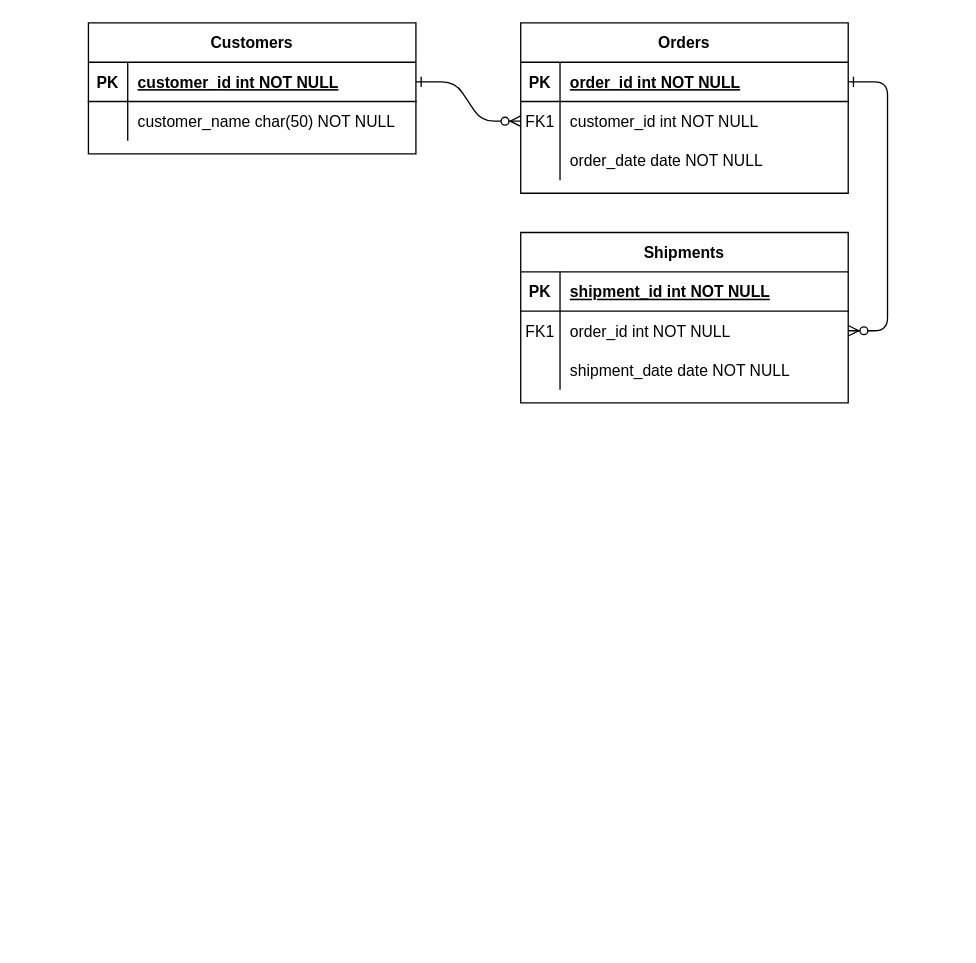
Above: documentation/ModeleEntiteesAssociations.drawio in loganSIO/atDispo (draw.io), before the change. Source tidied: cells renumbered, new cells numbered last; positions are measured from the earlier drawing's top-left corner, leaving out a move shared by most shapes. Both pictures are drawn from the tidied source at 131%, with x=0, y=0 at pixel (88, 22).
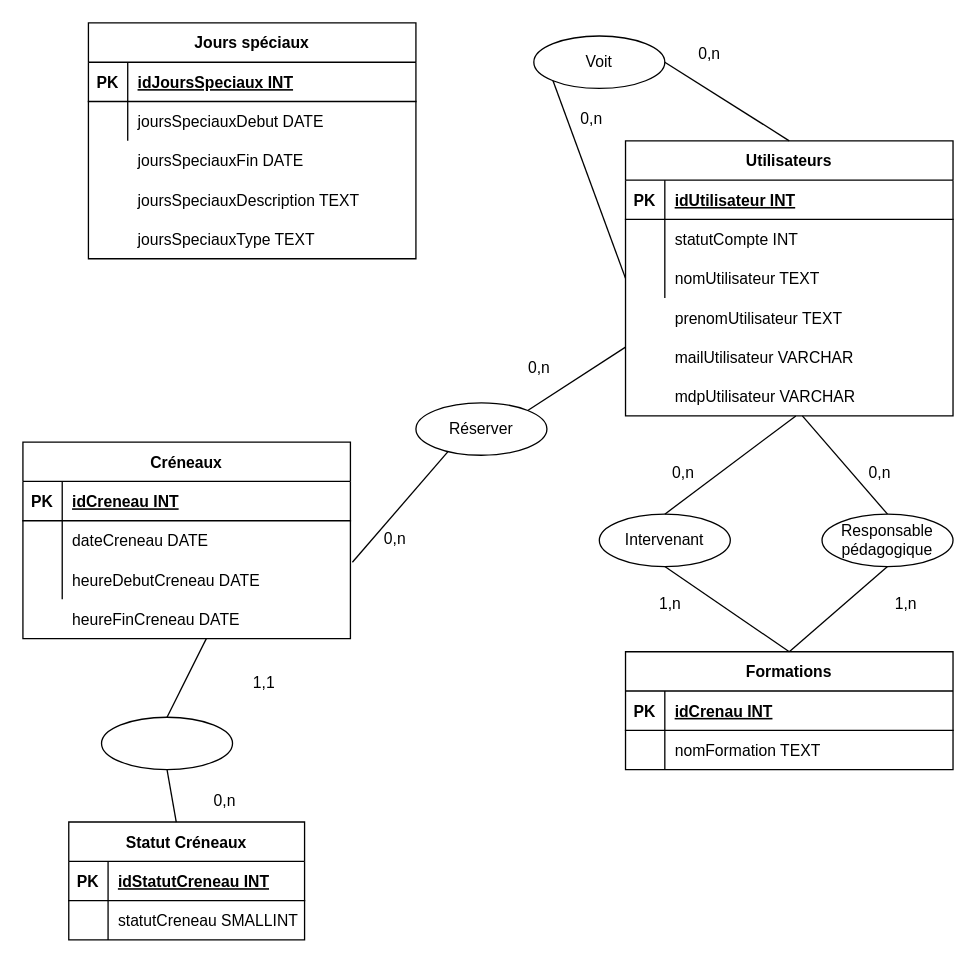
After the change.

The change refers to these unchanged cells:
```xml
<mxCell id="5" style="shape=partialRectangle;fillColor=none;points=[[0,0.5],[1,0.5]];portConstraint=eastwest;top=0;left=0;right=0;bottom=1;" parent="4" vertex="1">
  <mxGeometry y="30" width="250" height="30" as="geometry" />
</mxCell>
<mxCell id="8" style="shape=partialRectangle;fillColor=none;points=[[0,0.5],[1,0.5]];portConstraint=eastwest;top=0;left=0;right=0;bottom=0;" parent="4" vertex="1">
  <mxGeometry y="60" width="250" height="30" as="geometry" />
</mxCell>
<mxCell id="11" style="shape=partialRectangle;fillColor=none;points=[[0,0.5],[1,0.5]];portConstraint=eastwest;top=0;left=0;right=0;bottom=0;" parent="4" vertex="1">
  <mxGeometry y="90" width="250" height="30" as="geometry" />
</mxCell>
```

Diff of the diagram source:
```diff
@@
-    <mxCell id="2" style="edgeStyle=entityRelationEdgeStyle;endArrow=ERzeroToMany;startArrow=ERone;endFill=1;startFill=0;" parent="1" edge="1" source="25" target="8">
-      <mxGeometry relative="1" as="geometry" />
-    </mxCell>
-    <mxCell id="3" style="edgeStyle=entityRelationEdgeStyle;endArrow=ERzeroToMany;startArrow=ERone;endFill=1;startFill=0;" parent="1" edge="1" source="5" target="18">
-      <mxGeometry relative="1" as="geometry" />
-    </mxCell>
+    <mxCell id="14" value="Formations" style="shape=table;startSize=30;childLayout=tableLayout;rowLines=0;fontStyle=1;align=center;" parent="1" vertex="1">
+      <mxGeometry x="410" y="480" width="250" height="90" as="geometry" />
+    </mxCell>
+    <mxCell id="15" style="shape=partialRectangle;fillColor=none;top=0;left=0;right=0;bottom=1;" parent="14" vertex="1">
+      <mxGeometry y="30" width="250" height="30" as="geometry" />
+    </mxCell>
+    <mxCell id="16" value="PK" style="shape=partialRectangle;overflow=hidden;fillColor=none;top=0;left=0;bottom=0;right=0;fontStyle=1;" parent="15" vertex="1">
+      <mxGeometry width="30" height="30" as="geometry" />
+    </mxCell>
+    <mxCell id="17" value="idCrenau INT" style="shape=partialRectangle;overflow=hidden;fillColor=none;top=0;left=0;bottom=0;right=0;align=left;spacingLeft=6;fontStyle=5;" parent="15" vertex="1">
+      <mxGeometry x="30" width="220" height="30" as="geometry" />
+    </mxCell>
+    <mxCell id="18" style="shape=partialRectangle;fillColor=none;points=[[0,0.5],[1,0.5]];portConstraint=eastwest;top=0;left=0;right=0;bottom=0;" parent="14" vertex="1">
+      <mxGeometry y="60" width="250" height="30" as="geometry" />
+    </mxCell>
+    <mxCell id="19" style="shape=partialRectangle;overflow=hidden;fillColor=none;top=0;left=0;bottom=0;right=0;" parent="18" vertex="1">
+      <mxGeometry width="30" height="30" as="geometry" />
+    </mxCell>
+    <mxCell id="20" value="nomFormation TEXT" style="shape=partialRectangle;overflow=hidden;fillColor=none;top=0;left=0;bottom=0;right=0;align=left;spacingLeft=6;" parent="18" vertex="1">
+      <mxGeometry x="30" width="220" height="30" as="geometry" />
+    </mxCell>
+    <mxCell id="24" value="Jours spéciaux" style="shape=table;startSize=30;childLayout=tableLayout;rowLines=0;fontStyle=1;align=center;" parent="1" vertex="1">
+      <mxGeometry width="250" height="180" as="geometry" />
+    </mxCell>
+    <mxCell id="25" style="shape=partialRectangle;fillColor=none;points=[[0,0.5],[1,0.5]];portConstraint=eastwest;top=0;left=0;right=0;bottom=1;" parent="24" vertex="1">
+      <mxGeometry y="30" width="250" height="30" as="geometry" />
+    </mxCell>
+    <mxCell id="26" value="PK" style="shape=partialRectangle;overflow=hidden;fillColor=none;top=0;left=0;bottom=0;right=0;fontStyle=1;" parent="25" vertex="1">
+      <mxGeometry width="30" height="30" as="geometry" />
+    </mxCell>
+    <mxCell id="27" value="idJoursSpeciaux INT" style="shape=partialRectangle;overflow=hidden;fillColor=none;top=0;left=0;bottom=0;right=0;align=left;spacingLeft=6;fontStyle=5;" parent="25" vertex="1">
+      <mxGeometry x="30" width="220" height="30" as="geometry" />
+    </mxCell>
+    <mxCell id="28" style="shape=partialRectangle;fillColor=none;top=0;left=0;right=0;bottom=0;" parent="24" vertex="1">
+      <mxGeometry y="60" width="250" height="30" as="geometry" />
+    </mxCell>
+    <mxCell id="29" style="shape=partialRectangle;overflow=hidden;fillColor=none;top=0;left=0;bottom=0;right=0;" parent="28" vertex="1">
+      <mxGeometry width="30" height="30" as="geometry" />
+    </mxCell>
+    <mxCell id="30" value="joursSpeciauxDebut DATE" style="shape=partialRectangle;overflow=hidden;fillColor=none;top=0;left=0;bottom=0;right=0;align=left;spacingLeft=6;" parent="28" vertex="1">
+      <mxGeometry x="30" width="220" height="30" as="geometry" />
+    </mxCell>
+    <mxCell id="31" style="shape=partialRectangle;fillColor=none;top=0;left=0;right=0;bottom=0;" parent="1" vertex="1">
+      <mxGeometry y="90" width="250" height="30" as="geometry" />
+    </mxCell>
+    <mxCell id="32" style="shape=partialRectangle;overflow=hidden;fillColor=none;top=0;left=0;bottom=0;right=0;" parent="31" vertex="1">
+      <mxGeometry width="30" height="30" as="geometry" />
+    </mxCell>
+    <mxCell id="33" value="joursSpeciauxFin DATE" style="shape=partialRectangle;overflow=hidden;fillColor=none;top=0;left=0;bottom=0;right=0;align=left;spacingLeft=6;" parent="31" vertex="1">
+      <mxGeometry x="30" width="220" height="30" as="geometry" />
+    </mxCell>
+    <mxCell id="34" style="shape=partialRectangle;fillColor=none;top=0;left=0;right=0;bottom=0;" parent="1" vertex="1">
+      <mxGeometry y="120" width="250" height="30" as="geometry" />
+    </mxCell>
+    <mxCell id="35" style="shape=partialRectangle;overflow=hidden;fillColor=none;top=0;left=0;bottom=0;right=0;" parent="34" vertex="1">
+      <mxGeometry width="30" height="30" as="geometry" />
+    </mxCell>
+    <mxCell id="36" value="joursSpeciauxDescription TEXT" style="shape=partialRectangle;overflow=hidden;fillColor=none;top=0;left=0;bottom=0;right=0;align=left;spacingLeft=6;" parent="34" vertex="1">
+      <mxGeometry x="30" width="220" height="30" as="geometry" />
+    </mxCell>
+    <mxCell id="37" style="shape=partialRectangle;fillColor=none;top=0;left=0;right=0;bottom=0;" parent="1" vertex="1">
+      <mxGeometry y="150" width="250" height="30" as="geometry" />
+    </mxCell>
+    <mxCell id="38" style="shape=partialRectangle;overflow=hidden;fillColor=none;top=0;left=0;bottom=0;right=0;" parent="37" vertex="1">
+      <mxGeometry width="30" height="30" as="geometry" />
+    </mxCell>
+    <mxCell id="39" value="joursSpeciauxType TEXT" style="shape=partialRectangle;overflow=hidden;fillColor=none;top=0;left=0;bottom=0;right=0;align=left;spacingLeft=6;" parent="37" vertex="1">
+      <mxGeometry x="30" width="220" height="30" as="geometry" />
+    </mxCell>
+    <mxCell id="40" style="group;" parent="1" vertex="1">
+      <mxGeometry x="-50" y="320" width="250" height="210" as="geometry" />
+    </mxCell>
+    <mxCell id="41" value="Créneaux" style="shape=table;startSize=30;childLayout=tableLayout;rowLines=0;fontStyle=1;align=center;" parent="40" vertex="1">
+      <mxGeometry width="250" height="150" as="geometry" />
+    </mxCell>
+    <mxCell id="42" style="shape=partialRectangle;fillColor=none;top=0;left=0;right=0;bottom=1;" parent="41" vertex="1">
+      <mxGeometry y="30" width="250" height="30" as="geometry" />
+    </mxCell>
+    <mxCell id="43" value="PK" style="shape=partialRectangle;overflow=hidden;fillColor=none;top=0;left=0;bottom=0;right=0;fontStyle=1;" parent="42" vertex="1">
+      <mxGeometry width="30" height="30" as="geometry" />
+    </mxCell>
+    <mxCell id="44" value="idCreneau INT" style="shape=partialRectangle;overflow=hidden;fillColor=none;top=0;left=0;bottom=0;right=0;align=left;spacingLeft=6;fontStyle=5;" parent="42" vertex="1">
+      <mxGeometry x="30" width="220" height="30" as="geometry" />
+    </mxCell>
+    <mxCell id="45" style="shape=partialRectangle;fillColor=none;top=0;left=0;right=0;bottom=0;" parent="41" vertex="1">
+      <mxGeometry y="60" width="250" height="30" as="geometry" />
+    </mxCell>
+    <mxCell id="46" style="shape=partialRectangle;overflow=hidden;fillColor=none;top=0;left=0;bottom=0;right=0;" parent="45" vertex="1">
+      <mxGeometry width="30" height="30" as="geometry" />
+    </mxCell>
+    <mxCell id="47" value="dateCreneau DATE" style="shape=partialRectangle;overflow=hidden;fillColor=none;top=0;left=0;bottom=0;right=0;align=left;spacingLeft=6;" parent="45" vertex="1">
+      <mxGeometry x="30" width="220" height="30" as="geometry" />
+    </mxCell>
+    <mxCell id="21" style="shape=partialRectangle;fillColor=none;points=[[0,0.5],[1,0.5]];portConstraint=eastwest;top=0;left=0;right=0;bottom=0;" parent="41" vertex="1">
+      <mxGeometry y="90" width="250" height="30" as="geometry" />
+    </mxCell>
+    <mxCell id="48" style="shape=partialRectangle;overflow=hidden;fillColor=none;top=0;left=0;bottom=0;right=0;" parent="21" vertex="1">
+      <mxGeometry width="30" height="30" as="geometry" />
+    </mxCell>
+    <mxCell id="49" value="heureDebutCreneau DATE" style="shape=partialRectangle;overflow=hidden;fillColor=none;top=0;left=0;bottom=0;right=0;align=left;spacingLeft=6;" parent="21" vertex="1">
+      <mxGeometry x="30" width="220" height="30" as="geometry" />
+    </mxCell>
+    <mxCell id="50" value="heureFinCreneau DATE" style="shape=partialRectangle;overflow=hidden;fillColor=none;top=0;left=0;bottom=0;right=0;align=left;spacingLeft=6;" parent="40" vertex="1">
+      <mxGeometry x="30" y="120" width="220" height="30" as="geometry" />
+    </mxCell>
+    <mxCell id="51" value="1,1" style="text;strokeColor=none;fillColor=none;spacingLeft=4;spacingRight=4;overflow=hidden;fontSize=12;" parent="40" vertex="1">
+      <mxGeometry x="170" y="170" width="40" height="30" as="geometry" />
+    </mxCell>
+    <mxCell id="52" style="group;" parent="1" vertex="1">
+      <mxGeometry x="410" y="90" width="250" height="210" as="geometry" />
+    </mxCell>
-    <mxCell id="4" value="Orders" style="shape=table;startSize=30;childLayout=tableLayout;rowLines=0;fontStyle=1;align=center;" parent="1" vertex="1">
-      <mxGeometry x="330" width="250" height="130" as="geometry" />
+    <mxCell id="4" value="Utilisateurs" style="shape=table;startSize=30;childLayout=tableLayout;rowLines=0;fontStyle=1;align=center;" parent="52" vertex="1">
+      <mxGeometry width="250" height="210" as="geometry" />
     </mxCell>
@@
-    <mxCell id="7" value="order_id int NOT NULL " style="shape=partialRectangle;overflow=hidden;fillColor=none;top=0;left=0;bottom=0;right=0;align=left;spacingLeft=6;fontStyle=5;" parent="5" vertex="1">
+    <mxCell id="7" value="idUtilisateur INT" style="shape=partialRectangle;overflow=hidden;fillColor=none;top=0;left=0;bottom=0;right=0;align=left;spacingLeft=6;fontStyle=5;" parent="5" vertex="1">
       <mxGeometry x="30" width="220" height="30" as="geometry" />
     </mxCell>
@@
-    <mxCell id="9" value="FK1" style="shape=partialRectangle;overflow=hidden;fillColor=none;top=0;left=0;bottom=0;right=0;" parent="8" vertex="1">
+    <mxCell id="9" style="shape=partialRectangle;overflow=hidden;fillColor=none;top=0;left=0;bottom=0;right=0;" parent="8" vertex="1">
       <mxGeometry width="30" height="30" as="geometry" />
     </mxCell>
-    <mxCell id="10" value="customer_id int NOT NULL" style="shape=partialRectangle;overflow=hidden;fillColor=none;top=0;left=0;bottom=0;right=0;align=left;spacingLeft=6;" parent="8" vertex="1">
+    <mxCell id="10" value="statutCompte INT" style="shape=partialRectangle;overflow=hidden;fillColor=none;top=0;left=0;bottom=0;right=0;align=left;spacingLeft=6;" parent="8" vertex="1">
       <mxGeometry x="30" width="220" height="30" as="geometry" />
     </mxCell>
@@
-    <mxCell id="13" value="order_date date NOT NULL" style="shape=partialRectangle;overflow=hidden;fillColor=none;top=0;left=0;bottom=0;right=0;align=left;spacingLeft=6;" parent="11" vertex="1">
+    <mxCell id="13" value="nomUtilisateur TEXT" style="shape=partialRectangle;overflow=hidden;fillColor=none;top=0;left=0;bottom=0;right=0;align=left;spacingLeft=6;" parent="11" vertex="1">
       <mxGeometry x="30" width="220" height="30" as="geometry" />
     </mxCell>
-    <mxCell id="14" value="Shipments" style="shape=table;startSize=30;childLayout=tableLayout;rowLines=0;fontStyle=1;align=center;" parent="1" vertex="1">
-      <mxGeometry x="330" y="160" width="250" height="130" as="geometry" />
-    </mxCell>
-    <mxCell id="15" style="shape=partialRectangle;fillColor=none;top=0;left=0;right=0;bottom=1;" parent="14" vertex="1">
-      <mxGeometry y="30" width="250" height="30" as="geometry" />
-    </mxCell>
-    <mxCell id="16" value="PK" style="shape=partialRectangle;overflow=hidden;fillColor=none;top=0;left=0;bottom=0;right=0;fontStyle=1;" parent="15" vertex="1">
-      <mxGeometry width="30" height="30" as="geometry" />
-    </mxCell>
-    <mxCell id="17" value="shipment_id int NOT NULL " style="shape=partialRectangle;overflow=hidden;fillColor=none;top=0;left=0;bottom=0;right=0;align=left;spacingLeft=6;fontStyle=5;" parent="15" vertex="1">
-      <mxGeometry x="30" width="220" height="30" as="geometry" />
-    </mxCell>
-    <mxCell id="18" style="shape=partialRectangle;fillColor=none;points=[[0,0.5],[1,0.5]];portConstraint=eastwest;top=0;left=0;right=0;bottom=0;" parent="14" vertex="1">
-      <mxGeometry y="60" width="250" height="30" as="geometry" />
-    </mxCell>
-    <mxCell id="19" value="FK1" style="shape=partialRectangle;overflow=hidden;fillColor=none;top=0;left=0;bottom=0;right=0;" parent="18" vertex="1">
-      <mxGeometry width="30" height="30" as="geometry" />
-    </mxCell>
-    <mxCell id="20" value="order_id int NOT NULL" style="shape=partialRectangle;overflow=hidden;fillColor=none;top=0;left=0;bottom=0;right=0;align=left;spacingLeft=6;" parent="18" vertex="1">
-      <mxGeometry x="30" width="220" height="30" as="geometry" />
-    </mxCell>
-    <mxCell id="21" style="shape=partialRectangle;fillColor=none;points=[[0,0.5],[1,0.5]];portConstraint=eastwest;top=0;left=0;right=0;bottom=0;" parent="14" vertex="1">
-      <mxGeometry y="90" width="250" height="30" as="geometry" />
-    </mxCell>
-    <mxCell id="22" style="shape=partialRectangle;overflow=hidden;fillColor=none;top=0;left=0;bottom=0;right=0;" parent="21" vertex="1">
-      <mxGeometry width="30" height="30" as="geometry" />
-    </mxCell>
-    <mxCell id="23" value="shipment_date date NOT NULL" style="shape=partialRectangle;overflow=hidden;fillColor=none;top=0;left=0;bottom=0;right=0;align=left;spacingLeft=6;" parent="21" vertex="1">
-      <mxGeometry x="30" width="220" height="30" as="geometry" />
-    </mxCell>
-    <mxCell id="24" value="Customers" style="shape=table;startSize=30;childLayout=tableLayout;rowLines=0;fontStyle=1;align=center;" parent="1" vertex="1">
-      <mxGeometry width="250" height="100" as="geometry" />
-    </mxCell>
-    <mxCell id="25" style="shape=partialRectangle;fillColor=none;points=[[0,0.5],[1,0.5]];portConstraint=eastwest;top=0;left=0;right=0;bottom=1;" parent="24" vertex="1">
-      <mxGeometry y="30" width="250" height="30" as="geometry" />
-    </mxCell>
-    <mxCell id="26" value="PK" style="shape=partialRectangle;overflow=hidden;fillColor=none;top=0;left=0;bottom=0;right=0;fontStyle=1;" parent="25" vertex="1">
-      <mxGeometry width="30" height="30" as="geometry" />
-    </mxCell>
-    <mxCell id="27" value="customer_id int NOT NULL " style="shape=partialRectangle;overflow=hidden;fillColor=none;top=0;left=0;bottom=0;right=0;align=left;spacingLeft=6;fontStyle=5;" parent="25" vertex="1">
-      <mxGeometry x="30" width="220" height="30" as="geometry" />
-    </mxCell>
-    <mxCell id="28" style="shape=partialRectangle;fillColor=none;top=0;left=0;right=0;bottom=0;" parent="24" vertex="1">
-      <mxGeometry y="60" width="250" height="30" as="geometry" />
-    </mxCell>
-    <mxCell id="29" style="shape=partialRectangle;overflow=hidden;fillColor=none;top=0;left=0;bottom=0;right=0;" parent="28" vertex="1">
-      <mxGeometry width="30" height="30" as="geometry" />
-    </mxCell>
-    <mxCell id="30" value="customer_name char(50) NOT NULL" style="shape=partialRectangle;overflow=hidden;fillColor=none;top=0;left=0;bottom=0;right=0;align=left;spacingLeft=6;" parent="28" vertex="1">
-      <mxGeometry x="30" width="220" height="30" as="geometry" />
-    </mxCell>
+    <mxCell id="53" value="prenomUtilisateur TEXT" style="shape=partialRectangle;overflow=hidden;fillColor=none;top=0;left=0;bottom=0;right=0;align=left;spacingLeft=6;" parent="52" vertex="1">
+      <mxGeometry x="30" y="120" width="220" height="30" as="geometry" />
+    </mxCell>
+    <mxCell id="54" value="mailUtilisateur VARCHAR" style="shape=partialRectangle;overflow=hidden;fillColor=none;top=0;left=0;bottom=0;right=0;align=left;spacingLeft=6;" parent="52" vertex="1">
+      <mxGeometry x="30" y="150" width="220" height="30" as="geometry" />
+    </mxCell>
+    <mxCell id="55" value="mdpUtilisateur VARCHAR" style="shape=partialRectangle;overflow=hidden;fillColor=none;top=0;left=0;bottom=0;right=0;align=left;spacingLeft=6;" parent="52" vertex="1">
+      <mxGeometry x="30" y="180" width="220" height="30" as="geometry" />
+    </mxCell>
+    <mxCell id="56" value="Intervenant" style="ellipse;whiteSpace=wrap;html=1;align=center;" parent="1" vertex="1">
+      <mxGeometry x="390" y="375" width="100" height="40" as="geometry" />
+    </mxCell>
+    <mxCell id="57" value="&lt;div&gt;Responsable&lt;/div&gt;&lt;div&gt;pédagogique&lt;br&gt;&lt;/div&gt;" style="ellipse;whiteSpace=wrap;html=1;align=center;" parent="1" vertex="1">
+      <mxGeometry x="560" y="375" width="100" height="40" as="geometry" />
+    </mxCell>
+    <mxCell id="58" style="endArrow=none;html=1;rounded=0;exitX=0.5;exitY=0;exitDx=0;exitDy=0;" parent="1" edge="1" source="56">
+      <mxGeometry relative="1" as="geometry">
+        <mxPoint x="540" y="300" as="targetPoint" />
+      </mxGeometry>
+    </mxCell>
+    <mxCell id="59" style="endArrow=none;html=1;rounded=0;exitX=0.5;exitY=1;exitDx=0;exitDy=0;entryX=0.5;entryY=0;entryDx=0;entryDy=0;" parent="1" edge="1" source="56" target="14">
+      <mxGeometry relative="1" as="geometry" />
+    </mxCell>
+    <mxCell id="60" value="0,n" style="text;strokeColor=none;fillColor=none;spacingLeft=4;spacingRight=4;overflow=hidden;fontSize=12;" parent="1" vertex="1">
+      <mxGeometry x="440" y="330" width="40" height="30" as="geometry" />
+    </mxCell>
+    <mxCell id="61" value="1,n" style="text;strokeColor=none;fillColor=none;spacingLeft=4;spacingRight=4;overflow=hidden;fontSize=12;" parent="1" vertex="1">
+      <mxGeometry x="430" y="430" width="40" height="30" as="geometry" />
+    </mxCell>
+    <mxCell id="62" value="0,n" style="text;strokeColor=none;fillColor=none;spacingLeft=4;spacingRight=4;overflow=hidden;fontSize=12;" parent="1" vertex="1">
+      <mxGeometry x="590" y="330" width="40" height="30" as="geometry" />
+    </mxCell>
+    <mxCell id="63" style="endArrow=none;html=1;rounded=0;exitX=0.5;exitY=1;exitDx=0;exitDy=0;entryX=0.5;entryY=0;entryDx=0;entryDy=0;" parent="1" edge="1" source="57" target="14">
+      <mxGeometry relative="1" as="geometry" />
+    </mxCell>
+    <mxCell id="64" style="endArrow=none;html=1;rounded=0;exitX=0.5;exitY=0;exitDx=0;exitDy=0;" parent="1" edge="1" source="57">
+      <mxGeometry relative="1" as="geometry">
+        <mxPoint x="545" y="300" as="targetPoint" />
+      </mxGeometry>
+    </mxCell>
+    <mxCell id="65" value="1,n" style="text;strokeColor=none;fillColor=none;spacingLeft=4;spacingRight=4;overflow=hidden;fontSize=12;" parent="1" vertex="1">
+      <mxGeometry x="610" y="430" width="40" height="30" as="geometry" />
+    </mxCell>
+    <mxCell id="66" value="Voit" style="ellipse;whiteSpace=wrap;html=1;align=center;" parent="1" vertex="1">
+      <mxGeometry x="340" y="10" width="100" height="40" as="geometry" />
+    </mxCell>
+    <mxCell id="67" style="endArrow=none;html=1;rounded=0;exitX=0.5;exitY=0;exitDx=0;exitDy=0;entryX=1;entryY=0.5;entryDx=0;entryDy=0;" parent="1" edge="1" source="4" target="66">
+      <mxGeometry relative="1" as="geometry" />
+    </mxCell>
+    <mxCell id="68" style="endArrow=none;html=1;rounded=0;exitX=0;exitY=0.5;exitDx=0;exitDy=0;entryX=0;entryY=1;entryDx=0;entryDy=0;" parent="1" edge="1" source="11" target="66">
+      <mxGeometry relative="1" as="geometry" />
+    </mxCell>
+    <mxCell id="69" value="0,n" style="text;strokeColor=none;fillColor=none;spacingLeft=4;spacingRight=4;overflow=hidden;fontSize=12;" parent="1" vertex="1">
+      <mxGeometry x="460" y="10" width="40" height="30" as="geometry" />
+    </mxCell>
+    <mxCell id="70" value="0,n" style="text;strokeColor=none;fillColor=none;spacingLeft=4;spacingRight=4;overflow=hidden;fontSize=12;" parent="1" vertex="1">
+      <mxGeometry x="370" y="60" width="40" height="30" as="geometry" />
+    </mxCell>
+    <mxCell id="71" value="Réserver" style="ellipse;whiteSpace=wrap;html=1;align=center;" parent="1" vertex="1">
+      <mxGeometry x="250" y="290" width="100" height="40" as="geometry" />
+    </mxCell>
+    <mxCell id="72" style="endArrow=none;html=1;rounded=0;exitX=0;exitY=0.75;exitDx=0;exitDy=0;entryX=1;entryY=0;entryDx=0;entryDy=0;" parent="1" edge="1" source="4" target="71">
+      <mxGeometry relative="1" as="geometry" />
+    </mxCell>
+    <mxCell id="73" style="endArrow=none;html=1;rounded=0;exitX=0.243;exitY=0.936;exitDx=0;exitDy=0;entryX=1.006;entryY=0.057;entryDx=0;entryDy=0;entryPerimeter=0;exitPerimeter=0;" parent="1" edge="1" source="71" target="21">
+      <mxGeometry relative="1" as="geometry" />
+    </mxCell>
+    <mxCell id="74" value="0,n" style="text;strokeColor=none;fillColor=none;spacingLeft=4;spacingRight=4;overflow=hidden;fontSize=12;" parent="1" vertex="1">
+      <mxGeometry x="330" y="250" width="40" height="30" as="geometry" />
+    </mxCell>
+    <mxCell id="75" value="0,n" style="text;strokeColor=none;fillColor=none;spacingLeft=4;spacingRight=4;overflow=hidden;fontSize=12;" parent="1" vertex="1">
+      <mxGeometry x="220" y="380" width="40" height="30" as="geometry" />
+    </mxCell>
+    <mxCell id="76" value="Statut Créneaux" style="shape=table;startSize=30;childLayout=tableLayout;rowLines=0;fontStyle=1;align=center;" parent="1" vertex="1">
+      <mxGeometry x="-15" y="610" width="180" height="90" as="geometry" />
+    </mxCell>
+    <mxCell id="77" style="shape=partialRectangle;fillColor=none;top=0;left=0;bottom=1;right=0;" parent="76" vertex="1">
+      <mxGeometry y="30" width="180" height="30" as="geometry" />
+    </mxCell>
+    <mxCell id="78" value="PK" style="shape=partialRectangle;fillColor=none;top=0;left=0;bottom=0;right=0;fontStyle=1;overflow=hidden;" parent="77" vertex="1">
+      <mxGeometry width="30" height="30" as="geometry" />
+    </mxCell>
+    <mxCell id="79" value="idStatutCreneau INT" style="shape=partialRectangle;fillColor=none;top=0;left=0;bottom=0;right=0;align=left;spacingLeft=6;fontStyle=5;overflow=hidden;" parent="77" vertex="1">
+      <mxGeometry x="30" width="150" height="30" as="geometry" />
+    </mxCell>
+    <mxCell id="80" style="shape=partialRectangle;fillColor=none;top=0;left=0;bottom=0;right=0;" parent="76" vertex="1">
+      <mxGeometry y="60" width="180" height="30" as="geometry" />
+    </mxCell>
+    <mxCell id="81" style="shape=partialRectangle;fillColor=none;top=0;left=0;bottom=0;right=0;overflow=hidden;" parent="80" vertex="1">
+      <mxGeometry width="30" height="30" as="geometry" />
+    </mxCell>
+    <mxCell id="82" value="statutCreneau SMALLINT" style="shape=partialRectangle;fillColor=none;top=0;left=0;bottom=0;right=0;align=left;spacingLeft=6;overflow=hidden;" parent="80" vertex="1">
+      <mxGeometry x="30" width="150" height="30" as="geometry" />
+    </mxCell>
+    <mxCell id="83" style="ellipse;whiteSpace=wrap;html=1;align=center;" parent="1" vertex="1">
+      <mxGeometry x="10" y="530" width="100" height="40" as="geometry" />
+    </mxCell>
+    <mxCell id="84" style="endArrow=none;html=1;rounded=0;exitX=0.5;exitY=0;exitDx=0;exitDy=0;" parent="1" edge="1" source="83">
+      <mxGeometry relative="1" as="geometry">
+        <mxPoint x="90" y="470" as="targetPoint" />
+      </mxGeometry>
+    </mxCell>
+    <mxCell id="85" style="endArrow=none;html=1;rounded=0;exitX=0.5;exitY=1;exitDx=0;exitDy=0;" parent="1" edge="1" source="83" target="76">
+      <mxGeometry relative="1" as="geometry" />
+    </mxCell>
+    <mxCell id="86" value="0,n" style="text;strokeColor=none;fillColor=none;spacingLeft=4;spacingRight=4;overflow=hidden;fontSize=12;" parent="1" vertex="1">
+      <mxGeometry x="90" y="580" width="40" height="30" as="geometry" />
+    </mxCell>
```
